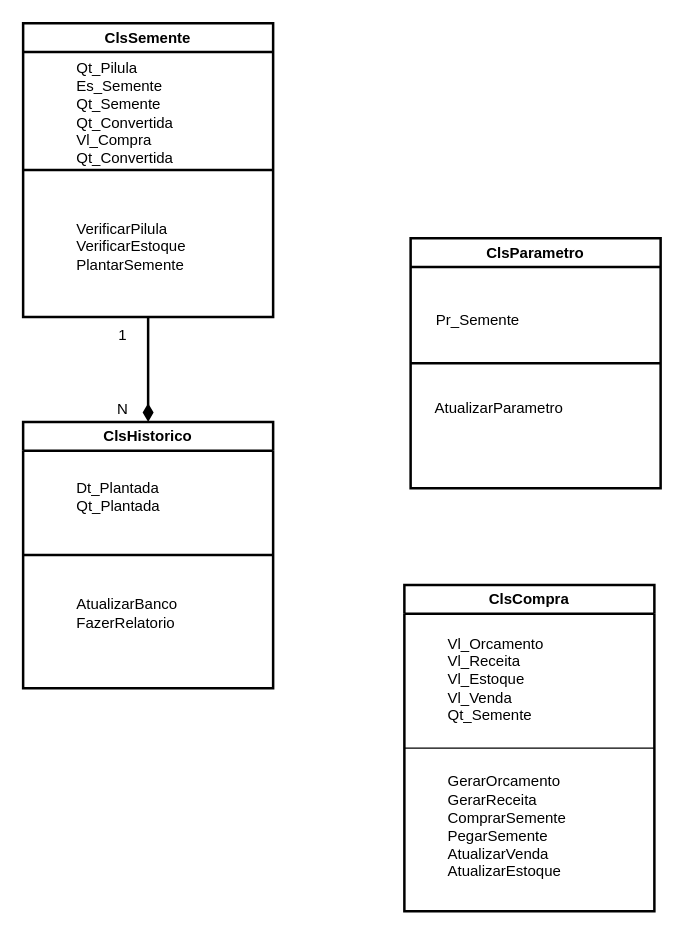
Before: page "Classes" (4 of 6) of Tarefa1.drawio in ZardsMK/Trabahlo-DrawIO, a draw.io diagram. Source tidied: cells renumbered, new cells numbered last; positions are measured from the earlier drawing's top-left corner, leaving out a move shared by most shapes. Both pictures are drawn from the tidied source at 125%, with x=0, y=0 at pixel (22, 22).
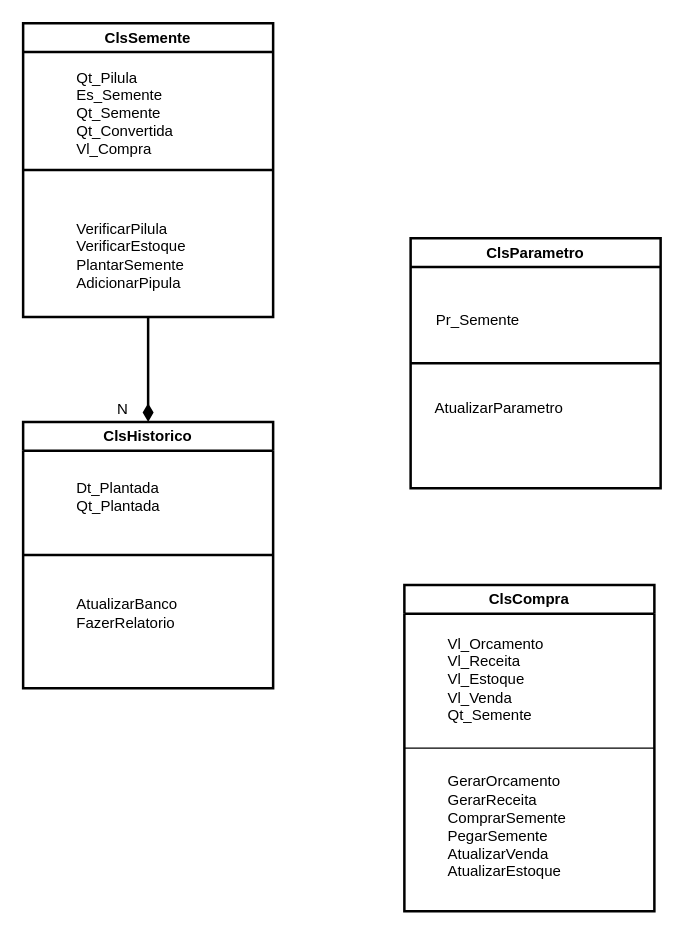
The same page after the edit.

Unchanged cells that the change refers to:
```xml
<mxCell id="7" value="ClsSemente" style="swimlane;whiteSpace=wrap;html=1;fillColor=default;swimlaneFillColor=default;strokeWidth=2;" parent="1" vertex="1">
  <mxGeometry width="200" height="235" as="geometry" />
</mxCell>
```

The edit, as a diff of the source:
```diff
@@
-    <mxCell id="8" value="Qt_Pilula&lt;div&gt;Es_Semente&lt;/div&gt;&lt;div&gt;Qt_Semente&lt;/div&gt;&lt;div&gt;Qt_Convertida&lt;/div&gt;&lt;div&gt;Vl_Compra&lt;/div&gt;&lt;div&gt;Qt_Convertida&lt;/div&gt;" style="text;html=1;align=left;verticalAlign=middle;whiteSpace=wrap;rounded=0;strokeWidth=2;" parent="7" vertex="1">
+    <mxCell id="8" value="Qt_Pilula&lt;div&gt;Es_Semente&lt;/div&gt;&lt;div&gt;Qt_Semente&lt;/div&gt;&lt;div&gt;Qt_Convertida&lt;/div&gt;&lt;div&gt;Vl_Compra&lt;/div&gt;" style="text;html=1;align=left;verticalAlign=middle;whiteSpace=wrap;rounded=0;strokeWidth=2;" parent="7" vertex="1">
       <mxGeometry x="41" y="38" width="103" height="67" as="geometry" />
     </mxCell>
-    <mxCell id="9" value="VerificarPilula&lt;div&gt;VerificarEstoque&lt;/div&gt;&lt;div&gt;PlantarSemente&lt;/div&gt;&lt;div&gt;&lt;br&gt;&lt;/div&gt;" style="text;html=1;align=left;verticalAlign=middle;whiteSpace=wrap;rounded=0;strokeWidth=2;" parent="7" vertex="1">
+    <mxCell id="9" value="VerificarPilula&lt;div&gt;VerificarEstoque&lt;/div&gt;&lt;div&gt;PlantarSemente&lt;/div&gt;&lt;div&gt;AdicionarPipula&lt;/div&gt;" style="text;html=1;align=left;verticalAlign=middle;whiteSpace=wrap;rounded=0;strokeWidth=2;" parent="7" vertex="1">
       <mxGeometry x="41" y="171" width="60" height="30" as="geometry" />
     </mxCell>
@@
-    <mxCell id="16" value="1" style="text;html=1;align=center;verticalAlign=middle;whiteSpace=wrap;rounded=0;" parent="1" vertex="1">
-      <mxGeometry x="50" y="235" width="60" height="30" as="geometry" />
-    </mxCell>
```
